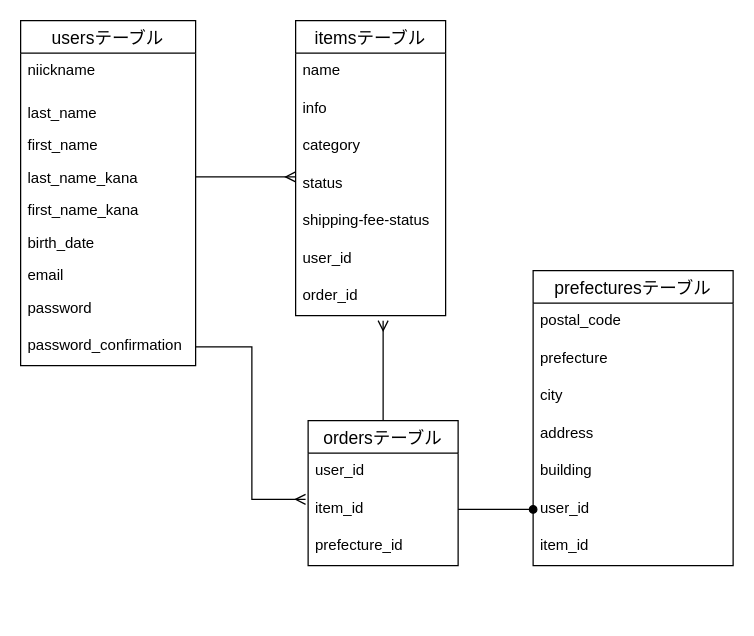
Before: furima.dio in kim-shun/furima-35524, a draw.io diagram. Source tidied: cells renumbered, new cells numbered last; positions are measured from the earlier drawing's top-left corner, leaving out a move shared by most shapes. Both pictures are drawn from the tidied source at 125%, with x=0, y=0 at pixel (20, 20).
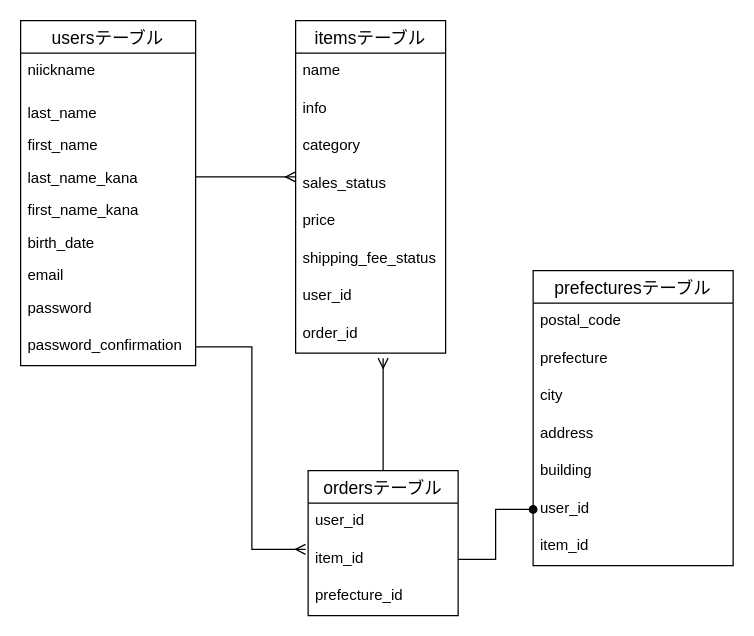
The same diagram, later.

Commit message (it also covers changes not shown here):
ER図とREADMEの作成

Change to the diagram source:
```diff
@@
     <mxCell id="12" value="itemsテーブル" style="swimlane;fontStyle=0;horizontal=1;startSize=26;align=center;fontSize=14;" parent="1" vertex="1">
-      <mxGeometry x="220" width="120" height="236" as="geometry" />
+      <mxGeometry x="220" width="120" height="266" as="geometry" />
     </mxCell>
@@
-    <mxCell id="16" value="status" style="text;strokeColor=none;fillColor=none;spacingLeft=4;spacingRight=4;overflow=hidden;fontSize=12;" parent="12" vertex="1">
+    <mxCell id="16" value="sales_status" style="text;strokeColor=none;fillColor=none;spacingLeft=4;spacingRight=4;overflow=hidden;fontSize=12;" parent="12" vertex="1">
       <mxGeometry y="116" width="120" height="30" as="geometry" />
     </mxCell>
-    <mxCell id="17" value="shipping-fee-status" style="text;strokeColor=none;fillColor=none;spacingLeft=4;spacingRight=4;overflow=hidden;fontSize=12;" parent="12" vertex="1">
+    <mxCell id="17" value="price" style="text;strokeColor=none;fillColor=none;spacingLeft=4;spacingRight=4;overflow=hidden;fontSize=12;" parent="12" vertex="1">
       <mxGeometry y="146" width="120" height="30" as="geometry" />
     </mxCell>
-    <mxCell id="18" value="user_id" style="text;strokeColor=none;fillColor=none;spacingLeft=4;spacingRight=4;overflow=hidden;fontSize=12;" parent="12" vertex="1">
+    <mxCell id="18" value="shipping_fee_status" style="text;strokeColor=none;fillColor=none;spacingLeft=4;spacingRight=4;overflow=hidden;fontSize=12;" parent="12" vertex="1">
       <mxGeometry y="176" width="120" height="30" as="geometry" />
     </mxCell>
+    <mxCell id="36" value="user_id" style="text;strokeColor=none;fillColor=none;spacingLeft=4;spacingRight=4;overflow=hidden;fontSize=12;" parent="12" vertex="1">
+      <mxGeometry y="206" width="120" height="30" as="geometry" />
+    </mxCell>
     <mxCell id="19" value="order_id" style="text;strokeColor=none;fillColor=none;spacingLeft=4;spacingRight=4;overflow=hidden;fontSize=12;" parent="12" vertex="1">
-      <mxGeometry y="206" width="120" height="30" as="geometry" />
+      <mxGeometry y="236" width="120" height="30" as="geometry" />
     </mxCell>
-    <mxCell id="20" style="edgeStyle=orthogonalEdgeStyle;rounded=0;jettySize=auto;html=1;exitX=0.5;exitY=0;exitDx=0;exitDy=0;endArrow=ERmany;endFill=0;" parent="1" edge="1" source="21">
-      <mxGeometry relative="1" as="geometry">
-        <mxPoint x="290" y="240" as="targetPoint" />
-      </mxGeometry>
-    </mxCell>
+    <mxCell id="37" style="edgeStyle=orthogonalEdgeStyle;rounded=0;jettySize=auto;html=1;exitX=0.5;exitY=0;exitDx=0;exitDy=0;endArrow=ERmany;endFill=0;" parent="1" edge="1" source="21">
+      <mxGeometry relative="1" as="geometry">
+        <mxPoint x="290" y="270" as="targetPoint" />
+      </mxGeometry>
+    </mxCell>
     <mxCell id="21" value="ordersテーブル" style="swimlane;fontStyle=0;horizontal=1;startSize=26;align=center;fontSize=14;" parent="1" vertex="1">
-      <mxGeometry x="230" y="320" width="120" height="116" as="geometry" />
+      <mxGeometry x="230" y="360" width="120" height="116" as="geometry" />
     </mxCell>
```
